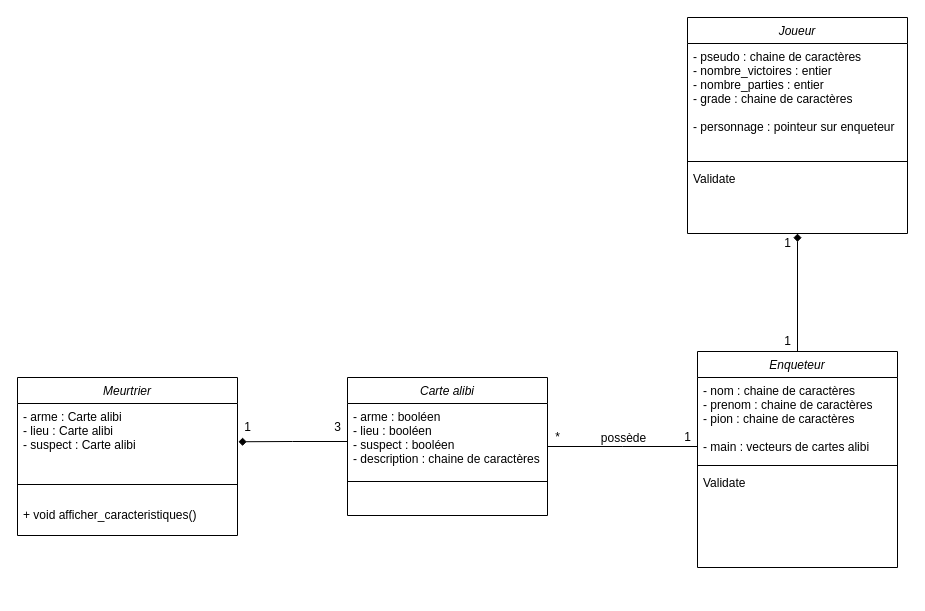
This is Untitled Diagram.drawio from tristanqtn/2021_ece_cluedo_project, a draw.io file, before an edit. Source tidied: cells renumbered, new cells numbered last; positions are measured from the earlier drawing's top-left corner, leaving out a move shared by most shapes. Both pictures are drawn from the tidied source at 100%, with x=0, y=0 at pixel (17, 17).
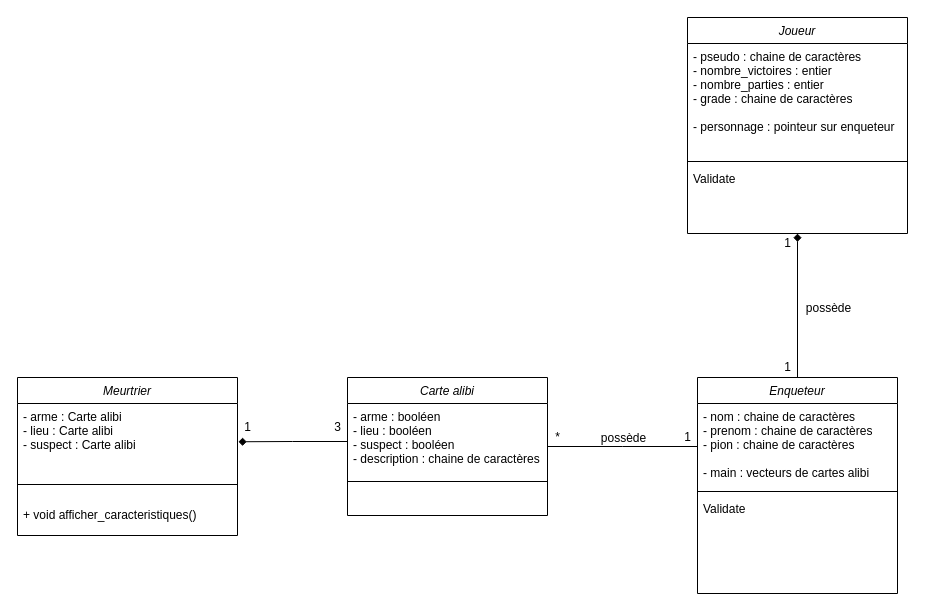
The same diagram, later.

Diff of the diagram source:
```diff
@@
     <mxCell id="6" value="Enqueteur" style="swimlane;fontStyle=2;align=center;verticalAlign=top;horizontal=1;startSize=26;rounded=0;shadow=0;strokeWidth=1;" parent="1" vertex="1">
-      <mxGeometry x="680" y="334" width="200" height="216" as="geometry" />
+      <mxGeometry x="680" y="360" width="200" height="216" as="geometry" />
     </mxCell>
@@
     <mxCell id="25" value="1" style="text;html=1;align=center;verticalAlign=middle;strokeColor=none;fillColor=none;" parent="1" vertex="1">
-      <mxGeometry x="760" y="314" width="20" height="20" as="geometry" />
+      <mxGeometry x="760" y="340" width="20" height="20" as="geometry" />
     </mxCell>
@@
+    <mxCell id="27" value="possède" style="text;html=1;align=center;verticalAlign=middle;labelBackgroundColor=none;rounded=0;shadow=0;strokeWidth=1;fontSize=12;" parent="1" vertex="1">
+      <mxGeometry x="810" y="290" as="geometry" />
+    </mxCell>
```
